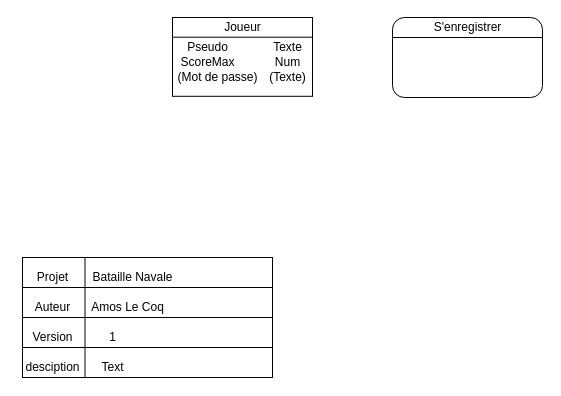
Above: documentation/mcd/mcd.drawio in AmosLeCoq/batailleNavale (draw.io), before the change. Source tidied: cells renumbered, new cells numbered last; positions are measured from the earlier drawing's top-left corner, leaving out a move shared by most shapes. Both pictures are drawn from the tidied source at 100%, with x=0, y=0 at pixel (17, 17).
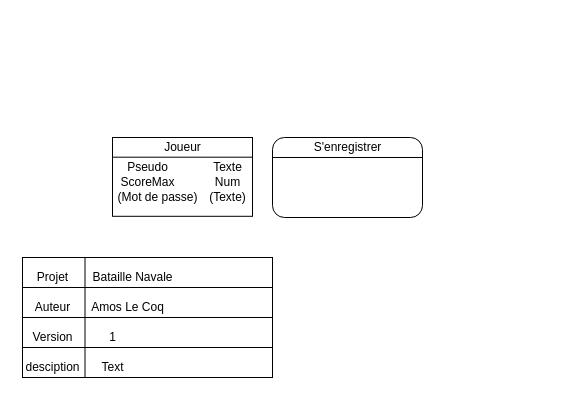
Above is the later version.

Change to the diagram source:
```diff
@@
     <mxCell id="2" style="group;fillColor=#FFFFFF;" parent="1" vertex="1">
-      <mxGeometry x="155" width="140" height="90" as="geometry" />
+      <mxGeometry x="95" y="120" width="140" height="90" as="geometry" />
     </mxCell>
@@
+    <mxCell id="28" style="group;" parent="1" vertex="1">
+      <mxGeometry x="255" y="120" width="150" height="80" as="geometry" />
+    </mxCell>
-    <mxCell id="25" style="rounded=1;whiteSpace=wrap;html=1;fillColor=#FFFFFF;" parent="1" vertex="1">
-      <mxGeometry x="375" width="150" height="80" as="geometry" />
+    <mxCell id="25" style="rounded=1;whiteSpace=wrap;html=1;fillColor=#FFFFFF;" parent="28" vertex="1">
+      <mxGeometry width="150" height="80" as="geometry" />
     </mxCell>
-    <mxCell id="26" style="endArrow=none;html=1;exitX=0;exitY=0.25;exitDx=0;exitDy=0;entryX=1;entryY=0.25;entryDx=0;entryDy=0;" parent="1" edge="1" source="25" target="25">
+    <mxCell id="26" style="endArrow=none;html=1;exitX=0;exitY=0.25;exitDx=0;exitDy=0;entryX=1;entryY=0.25;entryDx=0;entryDy=0;" parent="28" edge="1" source="25" target="25">
       <mxGeometry relative="1" as="geometry" />
     </mxCell>
-    <mxCell id="27" value="S'enregistrer" style="text;html=1;align=center;verticalAlign=middle;" parent="1" vertex="1">
-      <mxGeometry x="410" width="80" height="20" as="geometry" />
+    <mxCell id="27" value="S'enregistrer" style="text;html=1;align=center;verticalAlign=middle;" parent="28" vertex="1">
+      <mxGeometry x="35" width="80" height="20" as="geometry" />
     </mxCell>
```
